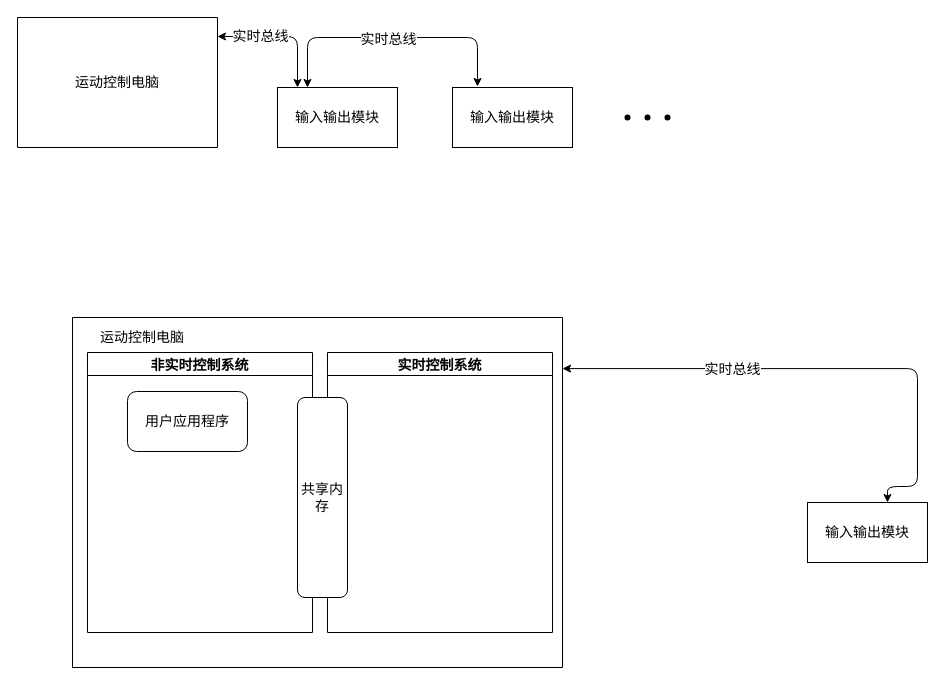
Above: patent/drawing/Untitled Diagram.drawio in leeywin/work (draw.io), before the change. Source tidied: cells renumbered, new cells numbered last; positions are measured from the earlier drawing's top-left corner, leaving out a move shared by most shapes. Both pictures are drawn from the tidied source at 100%, with x=0, y=0 at pixel (17, 17).
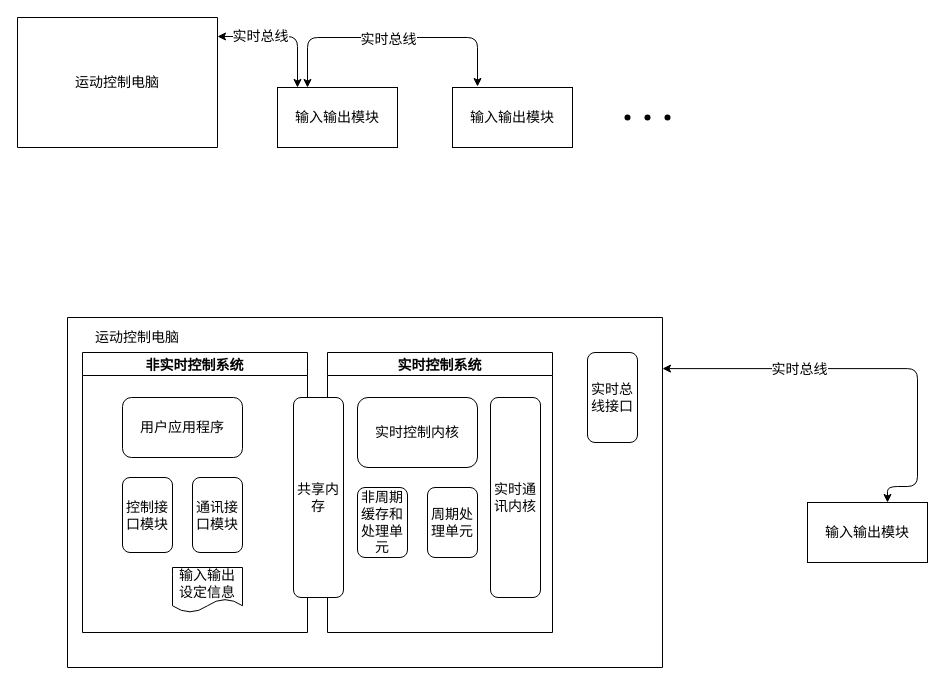
Above is the later version.

The change refers to these unchanged cells:
```xml
<mxCell id="16" value="非实时控制系统" style="swimlane;fontSize=14;" parent="14" vertex="1">
  <mxGeometry x="15" y="35" width="225" height="280" as="geometry" />
</mxCell>
```

What changed in the source:
```diff
@@
     <mxCell id="14" style="swimlane;startSize=0;" parent="13" vertex="1">
-      <mxGeometry x="55" y="300" width="490" height="350" as="geometry" />
+      <mxGeometry x="50" y="300" width="595" height="350" as="geometry" />
     </mxCell>
@@
     <mxCell id="17" value="用户应用程序" style="rounded=1;whiteSpace=wrap;html=1;fontSize=14;" parent="16" vertex="1">
-      <mxGeometry x="40" y="39" width="120" height="60" as="geometry" />
+      <mxGeometry x="40" y="45" width="120" height="60" as="geometry" />
     </mxCell>
+    <mxCell id="23" value="通讯接口模块" style="rounded=1;whiteSpace=wrap;html=1;fontSize=14;" parent="16" vertex="1">
+      <mxGeometry x="110" y="125" width="50" height="75" as="geometry" />
+    </mxCell>
+    <mxCell id="24" value="输入输出设定信息" style="shape=document;whiteSpace=wrap;html=1;boundedLbl=1;fontSize=14;" parent="16" vertex="1">
+      <mxGeometry x="90" y="215" width="70" height="45" as="geometry" />
+    </mxCell>
+    <mxCell id="25" value="控制接口模块" style="rounded=1;whiteSpace=wrap;html=1;fontSize=14;" parent="16" vertex="1">
+      <mxGeometry x="40" y="125" width="50" height="75" as="geometry" />
+    </mxCell>
+    <mxCell id="26" value="实时总线接口" style="rounded=1;whiteSpace=wrap;html=1;fontSize=14;" parent="14" vertex="1">
+      <mxGeometry x="520" y="35" width="50" height="90" as="geometry" />
+    </mxCell>
+    <mxCell id="21" value="实时控制系统" style="swimlane;fontSize=14;" parent="14" vertex="1">
+      <mxGeometry x="260" y="35" width="225" height="280" as="geometry" />
+    </mxCell>
+    <mxCell id="27" value="实时控制内核" style="rounded=1;whiteSpace=wrap;html=1;fontSize=14;" parent="21" vertex="1">
+      <mxGeometry x="30" y="45" width="120" height="70" as="geometry" />
+    </mxCell>
+    <mxCell id="28" value="实时通讯内核" style="rounded=1;whiteSpace=wrap;html=1;fontSize=14;" parent="21" vertex="1">
+      <mxGeometry x="163" y="45" width="50" height="200" as="geometry" />
+    </mxCell>
+    <mxCell id="29" value="非周期缓存和处理单元" style="rounded=1;whiteSpace=wrap;html=1;fontSize=14;" parent="21" vertex="1">
+      <mxGeometry x="30" y="135" width="50" height="70" as="geometry" />
+    </mxCell>
+    <mxCell id="30" value="周期处理单元" style="rounded=1;whiteSpace=wrap;html=1;fontSize=14;" parent="21" vertex="1">
+      <mxGeometry x="100" y="135" width="50" height="70" as="geometry" />
+    </mxCell>
@@
-    <mxCell id="21" value="实时控制系统" style="swimlane;fontSize=14;" parent="13" vertex="1">
-      <mxGeometry x="310" y="335" width="225" height="280" as="geometry" />
-    </mxCell>
     <mxCell id="22" value="共享内存" style="rounded=1;whiteSpace=wrap;html=1;fontSize=14;" parent="13" vertex="1">
-      <mxGeometry x="280" y="380" width="50" height="200" as="geometry" />
+      <mxGeometry x="276" y="380" width="50" height="200" as="geometry" />
     </mxCell>
```
